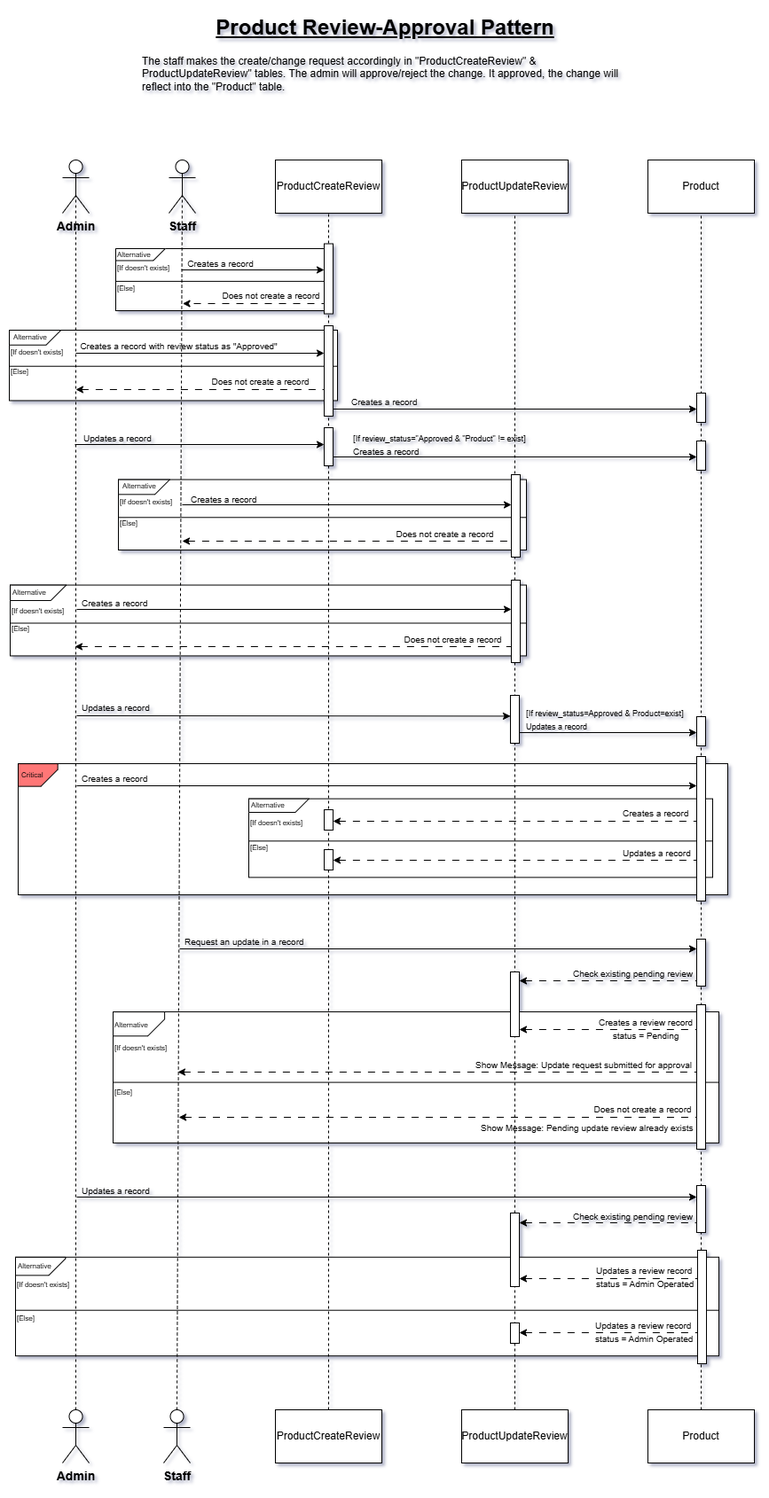
Earlier version of the draw.io export 5-Mini Project-Basic RBAC System with Auth & Permissions/resources/Mini Project_ RBAC System with Auth & Permission-Sequence Diagram.drawio.png (Kh-Tanjim-Ashraf/Django-Defined). Source tidied: cells renumbered, new cells last; positions are measured from the earlier drawing's top-left corner, leaving out a move shared by most shapes.
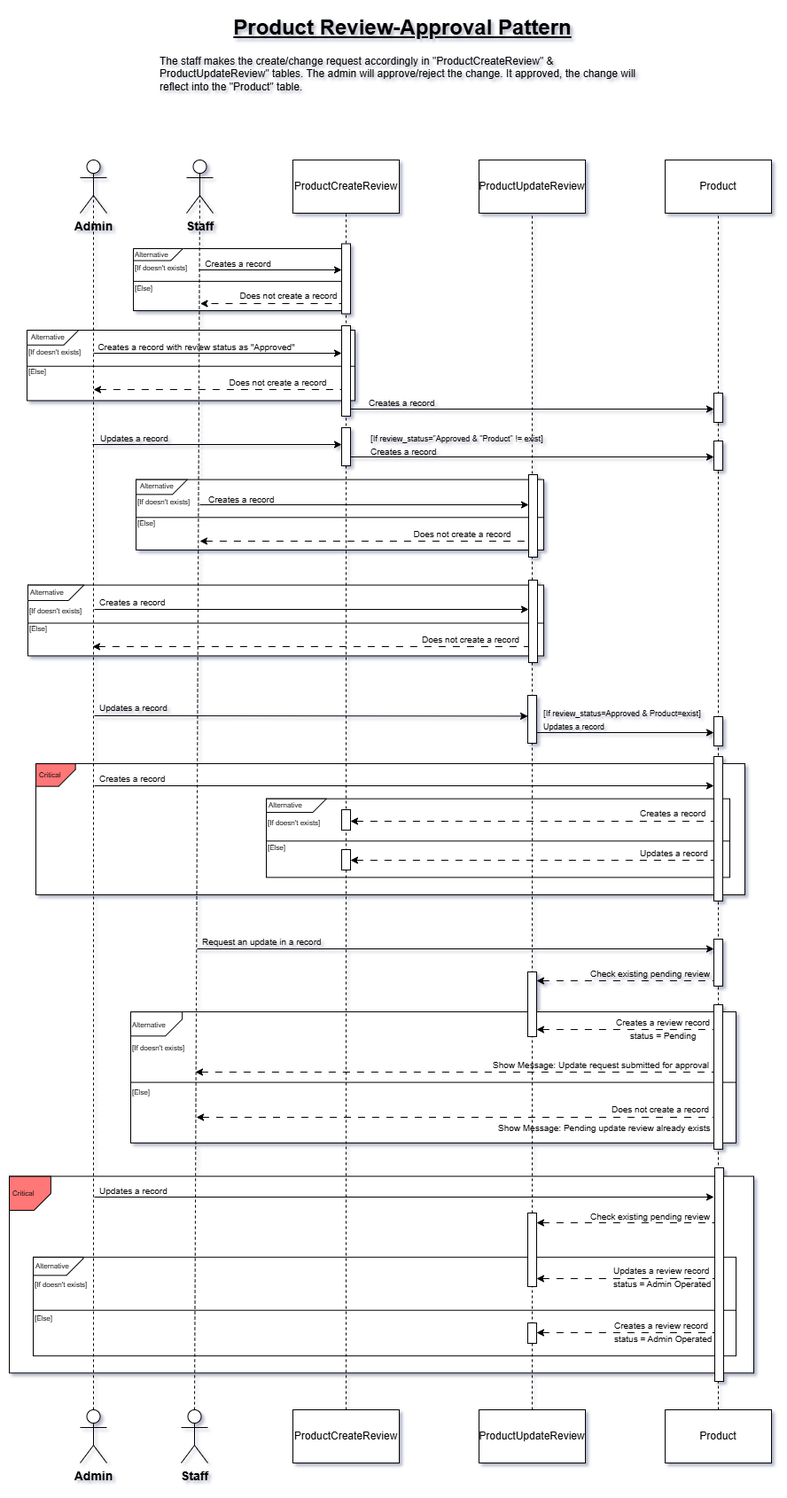
Later version of the same file.

Commit message:
F5: Fix minor change in logic of the sequence diagram;  Updated the README.md file

The edit, as a diff of the source:
```diff
@@ -2,6 +2,20 @@
   <root>
     <mxCell id="0" />
     <mxCell id="1" parent="0" />
+    <mxCell id="142" style="group;" parent="1" vertex="1">
+      <mxGeometry x="-20" y="1315" width="840" height="225" as="geometry" />
+    </mxCell>
+    <mxCell id="143" style="rounded=0;whiteSpace=wrap;html=1;" parent="142" vertex="1">
+      <mxGeometry y="1.6" width="840" height="221.9" as="geometry" />
+    </mxCell>
+    <mxCell id="144" style="shape=card;whiteSpace=wrap;html=1;rotation=-180;size=19;fillColor=#FF7777;" parent="142" vertex="1">
+      <mxGeometry y="1.7" width="46.9" height="38.3" as="geometry">
+        <mxPoint x="-200" y="40" as="offset" />
+      </mxGeometry>
+    </mxCell>
+    <mxCell id="145" value="&lt;font style=&quot;font-size: 8px;&quot;&gt;Critical&lt;/font&gt;" style="text;html=1;whiteSpace=wrap;strokeColor=none;fillColor=none;align=left;verticalAlign=middle;rounded=0;" parent="142" vertex="1">
+      <mxGeometry x="1.9" y="13.2" width="28.9" height="13.2" as="geometry" />
+    </mxCell>
     <mxCell id="2" style="group;" parent="1" vertex="1">
       <mxGeometry x="7" y="1407" width="793" height="113" as="geometry" />
     </mxCell>
@@ -459,9 +473,10 @@
     <mxCell id="123" style="html=1;perimeter=orthogonalPerimeter;targetShapes=umlLifeline;newEdgeStyle={&quot;curved&quot;:0,&quot;rounded&quot;:0};" parent="1" vertex="1">
       <mxGeometry x="775" y="1123" width="10" height="163" as="geometry" />
     </mxCell>
-    <mxCell id="124" style="endArrow=classic;html=1;rounded=0;endSize=6;" parent="1" edge="1" target="132">
+    <mxCell id="124" style="endArrow=classic;html=1;rounded=0;endSize=6;" parent="1" edge="1">
       <mxGeometry relative="1" as="geometry">
         <mxPoint x="76" y="1340" as="sourcePoint" />
+        <mxPoint x="775" y="1340" as="targetPoint" />
       </mxGeometry>
     </mxCell>
     <mxCell id="125" value="&lt;div style=&quot;&quot;&gt;&lt;span style=&quot;font-size: 10px;&quot;&gt;Updates a record&lt;/span&gt;&lt;/div&gt;" style="text;html=1;whiteSpace=wrap;strokeColor=none;fillColor=none;align=left;verticalAlign=middle;rounded=0;" parent="1" vertex="1">
@@ -489,14 +504,11 @@
         <mxPoint x="778.5" y="1493" as="targetPoint" />
       </mxGeometry>
     </mxCell>
-    <mxCell id="131" value="&lt;div style=&quot;&quot;&gt;&lt;font style=&quot;font-size: 10px; background-color: transparent; color: light-dark(rgb(0, 0, 0), rgb(255, 255, 255));&quot;&gt;Updates a review record&lt;/font&gt;&lt;/div&gt;&lt;div style=&quot;text-align: center;&quot;&gt;&lt;span style=&quot;font-size: 10px;&quot;&gt;status = Admin Operated&lt;/span&gt;&lt;/div&gt;" style="text;html=1;whiteSpace=wrap;strokeColor=none;fillColor=none;align=left;verticalAlign=middle;rounded=0;" parent="1" vertex="1">
-      <mxGeometry x="659" y="1481" width="114" height="22" as="geometry" />
+    <mxCell id="131" value="&lt;div style=&quot;&quot;&gt;&lt;font style=&quot;font-size: 10px; background-color: transparent; color: light-dark(rgb(0, 0, 0), rgb(255, 255, 255));&quot;&gt;Creates a review record&lt;/font&gt;&lt;/div&gt;&lt;div style=&quot;text-align: center;&quot;&gt;&lt;span style=&quot;font-size: 10px;&quot;&gt;status = Admin Operated&lt;/span&gt;&lt;/div&gt;" style="text;html=1;whiteSpace=wrap;strokeColor=none;fillColor=none;align=left;verticalAlign=middle;rounded=0;" parent="1" vertex="1">
+      <mxGeometry x="661" y="1481" width="113" height="22" as="geometry" />
     </mxCell>
-    <mxCell id="132" style="html=1;points=[[0,0,0,0,5],[0,1,0,0,-5],[1,0,0,0,5],[1,1,0,0,-5]];perimeter=orthogonalPerimeter;outlineConnect=0;targetShapes=umlLifeline;portConstraint=eastwest;newEdgeStyle={&quot;curved&quot;:0,&quot;rounded&quot;:0};" parent="1" vertex="1">
-      <mxGeometry x="775" y="1327" width="10" height="53" as="geometry" />
-    </mxCell>
     <mxCell id="133" style="html=1;perimeter=orthogonalPerimeter;targetShapes=umlLifeline;newEdgeStyle={&quot;curved&quot;:0,&quot;rounded&quot;:0};" parent="1" vertex="1">
-      <mxGeometry x="776" y="1400" width="10" height="128" as="geometry" />
+      <mxGeometry x="776" y="1307" width="10" height="241" as="geometry" />
     </mxCell>
     <mxCell id="134" style="html=1;points=[[0,0,0,0,5],[0,1,0,0,-5],[1,0,0,0,5],[1,1,0,0,-5]];perimeter=orthogonalPerimeter;outlineConnect=0;targetShapes=umlLifeline;portConstraint=eastwest;newEdgeStyle={&quot;curved&quot;:0,&quot;rounded&quot;:0};" parent="1" vertex="1">
       <mxGeometry x="565" y="1358" width="10" height="83" as="geometry" />
```
